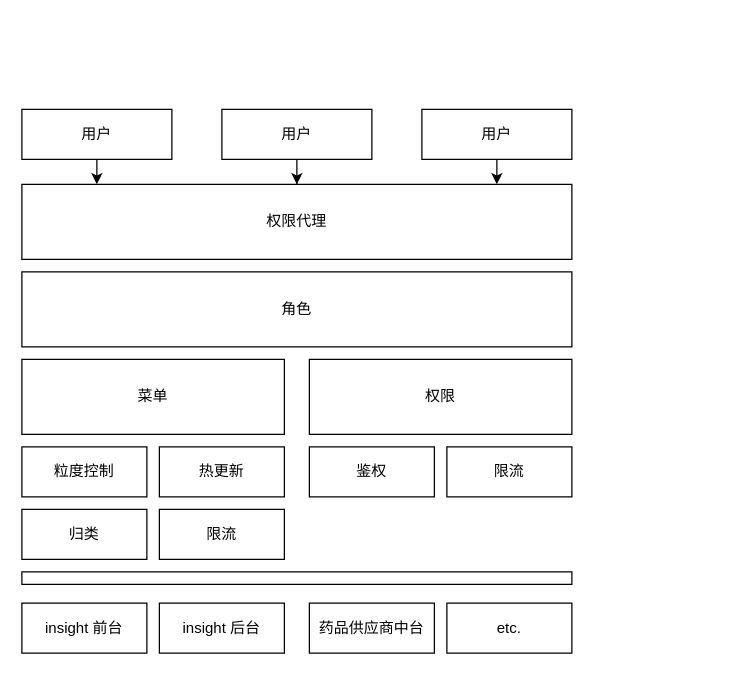
Achieve777/picture keeps this draw.io diagram as Untitled Diagram.drawio. Above is the earlier version. Source tidied: cells renumbered, new cells numbered last; positions are measured from the earlier drawing's top-left corner, leaving out a move shared by most shapes. Both pictures are drawn from the tidied source at 125%, with x=0, y=0 at pixel (21, 109).
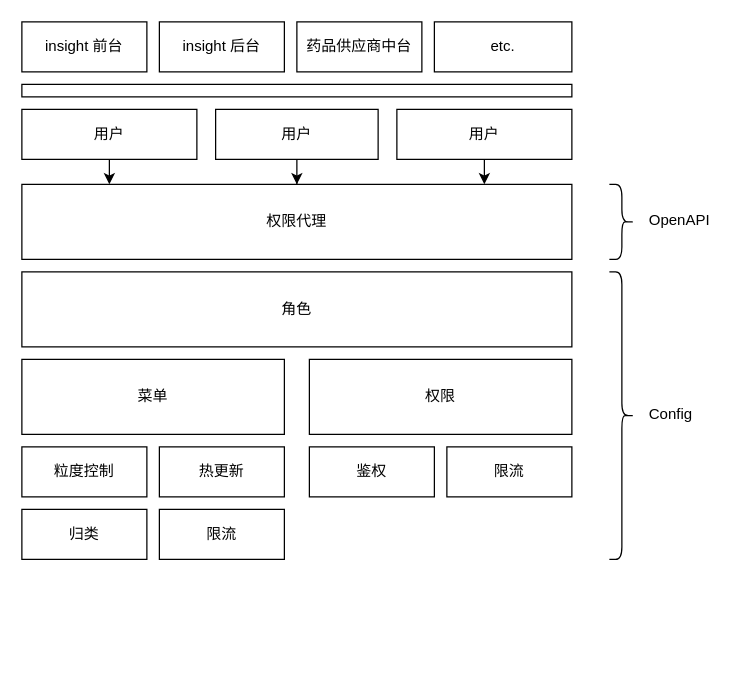
After the change.

Unchanged cells that the change refers to:
```xml
<mxCell id="2" value="权限代理" style="rounded=0;whiteSpace=wrap;html=1;" parent="1" vertex="1">
  <mxGeometry y="60" width="440" height="60" as="geometry" />
</mxCell>
```

Diff of the diagram source:
```diff
@@
     <mxCell id="3" style="edgeStyle=orthogonalEdgeStyle;rounded=0;jettySize=auto;html=1;" parent="1" edge="1" source="4" target="2">
       <mxGeometry relative="1" as="geometry">
         <Array as="points">
-          <mxPoint x="60" y="50" />
-          <mxPoint x="60" y="50" />
+          <mxPoint x="70" y="50" />
+          <mxPoint x="70" y="50" />
         </Array>
       </mxGeometry>
     </mxCell>
     <mxCell id="4" value="用户" style="rounded=0;whiteSpace=wrap;html=1;" parent="1" vertex="1">
-      <mxGeometry width="120" height="40" as="geometry" />
+      <mxGeometry width="140" height="40" as="geometry" />
     </mxCell>
@@
     <mxCell id="6" value="用户" style="rounded=0;whiteSpace=wrap;html=1;" parent="1" vertex="1">
-      <mxGeometry x="160" width="120" height="40" as="geometry" />
+      <mxGeometry x="155" width="130" height="40" as="geometry" />
     </mxCell>
@@
     <mxCell id="8" value="用户" style="rounded=0;whiteSpace=wrap;html=1;" parent="1" vertex="1">
-      <mxGeometry x="320" width="120" height="40" as="geometry" />
+      <mxGeometry x="300" width="140" height="40" as="geometry" />
     </mxCell>
@@
-    <mxCell id="18" style="rounded=0;whiteSpace=wrap;html=1;" parent="1" vertex="1">
-      <mxGeometry y="370" width="440" height="10" as="geometry" />
-    </mxCell>
+    <mxCell id="23" style="shape=curlyBracket;whiteSpace=wrap;html=1;rounded=1;flipH=1;size=0.5;" parent="1" vertex="1">
+      <mxGeometry x="470" y="60" width="20" height="60" as="geometry" />
+    </mxCell>
+    <mxCell id="24" value="&lt;span style=&quot;font-family: &amp;#34;helvetica&amp;#34; ; text-align: center&quot;&gt;OpenAPI&lt;/span&gt;" style="text;whiteSpace=wrap;html=1;" parent="1" vertex="1">
+      <mxGeometry x="500" y="75" width="60" height="30" as="geometry" />
+    </mxCell>
     <mxCell id="19" value="insight 前台" style="rounded=0;whiteSpace=wrap;html=1;" parent="1" vertex="1">
-      <mxGeometry y="395" width="100" height="40" as="geometry" />
+      <mxGeometry y="-70" width="100" height="40" as="geometry" />
     </mxCell>
     <mxCell id="20" value="insight 后台" style="rounded=0;whiteSpace=wrap;html=1;" parent="1" vertex="1">
-      <mxGeometry x="110" y="395" width="100" height="40" as="geometry" />
+      <mxGeometry x="110" y="-70" width="100" height="40" as="geometry" />
     </mxCell>
     <mxCell id="21" value="药品供应商中台" style="rounded=0;whiteSpace=wrap;html=1;" parent="1" vertex="1">
-      <mxGeometry x="230" y="395" width="100" height="40" as="geometry" />
+      <mxGeometry x="220" y="-70" width="100" height="40" as="geometry" />
     </mxCell>
     <mxCell id="22" value="etc." style="rounded=0;whiteSpace=wrap;html=1;" parent="1" vertex="1">
-      <mxGeometry x="340" y="395" width="100" height="40" as="geometry" />
+      <mxGeometry x="330" y="-70" width="110" height="40" as="geometry" />
     </mxCell>
+    <mxCell id="25" style="rounded=0;whiteSpace=wrap;html=1;" parent="1" vertex="1">
+      <mxGeometry y="-20" width="440" height="10" as="geometry" />
+    </mxCell>
+    <mxCell id="26" style="shape=curlyBracket;whiteSpace=wrap;html=1;rounded=1;flipH=1;size=0.5;" parent="1" vertex="1">
+      <mxGeometry x="470" y="130" width="20" height="230" as="geometry" />
+    </mxCell>
+    <mxCell id="27" value="&lt;div style=&quot;text-align: center&quot;&gt;&lt;font face=&quot;helvetica&quot;&gt;Config&lt;/font&gt;&lt;/div&gt;" style="text;whiteSpace=wrap;html=1;" parent="1" vertex="1">
+      <mxGeometry x="500" y="230" width="60" height="30" as="geometry" />
+    </mxCell>
```
